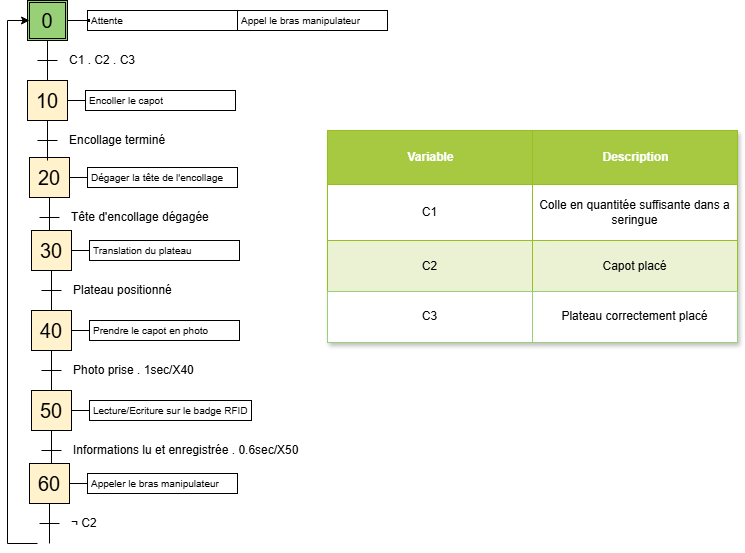
The draw.io diagram PDCA5 (AUTOMATISATION-ERGONOMIE)/GRAFCET/GrafcetEncolleuse.drawio.png in CharifMah/Systemes_automatises, before a commit. Source tidied: cells renumbered, new cells last; positions are measured from the earlier drawing's top-left corner, leaving out a move shared by most shapes.
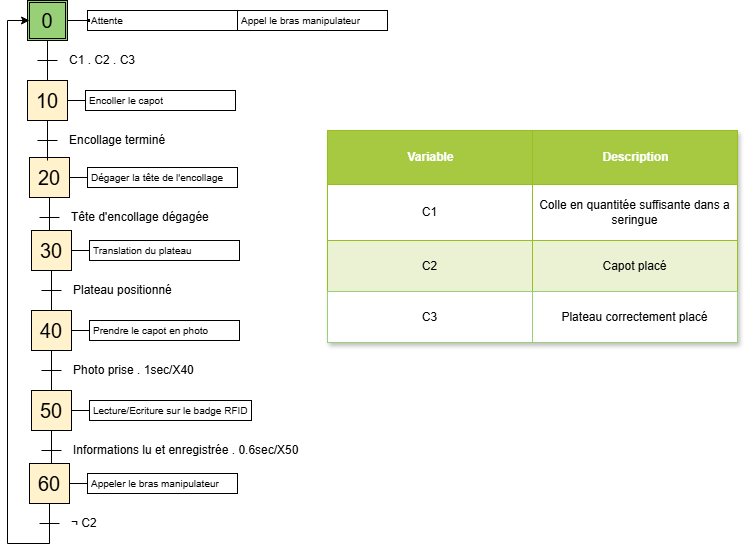
After the commit.

What changed in the source:
```diff
@@ -144,10 +144,10 @@
     <mxCell id="42" value="Plateau correctement placé" style="whiteSpace=wrap;html=1;strokeColor=#97D077;" parent="40" vertex="1">
       <mxGeometry x="205" width="205" height="51" as="geometry" />
     </mxCell>
-    <mxCell id="43" style="edgeStyle=orthogonalEdgeStyle;rounded=0;jettySize=auto;html=1;entryX=0;entryY=0.5;entryDx=0;entryDy=0;" parent="1" edge="1" target="19">
+    <mxCell id="43" style="edgeStyle=orthogonalEdgeStyle;rounded=0;jettySize=auto;html=1;entryX=0;entryY=0.5;entryDx=0;entryDy=0;exitX=0.5;exitY=1;exitDx=0;exitDy=0;" parent="1" edge="1" source="66" target="19">
       <mxGeometry relative="1" as="geometry">
-        <mxPoint x="30" y="543" as="sourcePoint" />
         <Array as="points">
+          <mxPoint x="42" y="543" />
           <mxPoint y="543" />
           <mxPoint y="20" />
         </Array>
```
